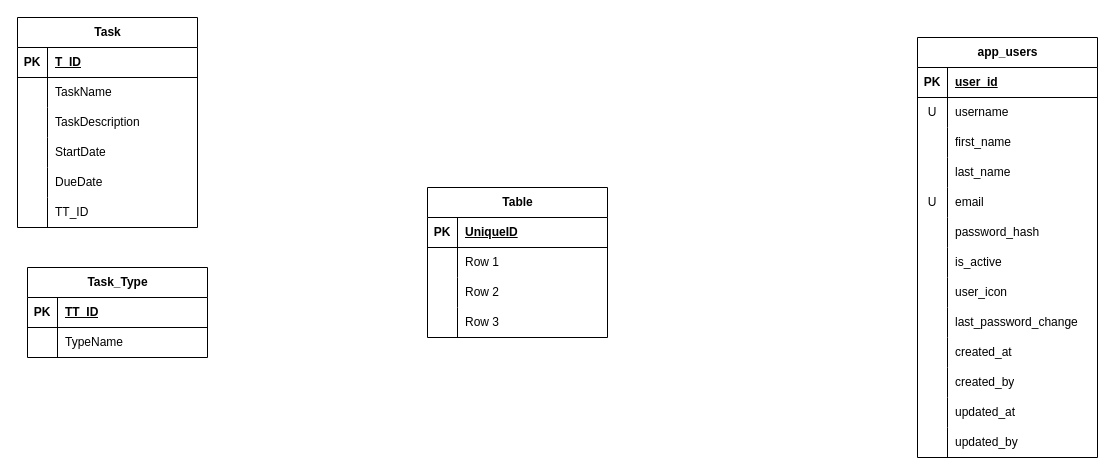
The draw.io diagram DB Diagram OrganizeIT.drawio in TiEmKej/OrganizeIT, before the edit. Source tidied: cells renumbered, new cells numbered last; positions are measured from the earlier drawing's top-left corner, leaving out a move shared by most shapes. Both pictures are drawn from the tidied source at 100%, with x=0, y=0 at pixel (17, 17).
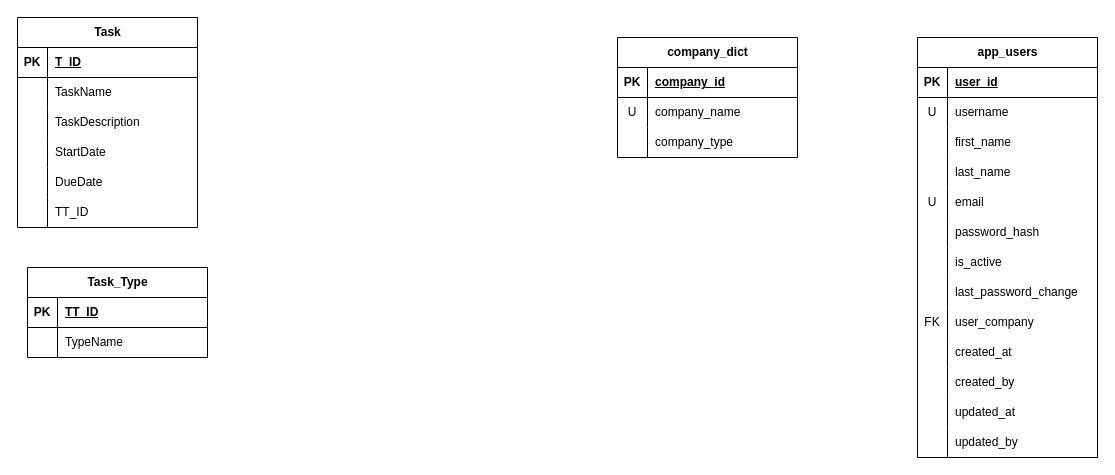
Above is the later version.

Unchanged cells that the change refers to:
```xml
<mxCell id="28" value="app_users" style="shape=table;startSize=30;childLayout=tableLayout;rowLines=0;fontStyle=1;align=center;html=1;" parent="1" vertex="1">
  <mxGeometry x="900" y="20" width="180" height="420" as="geometry" />
</mxCell>
<mxCell id="69" style="shape=tableRow;horizontal=0;startSize=0;swimlaneHead=0;swimlaneBody=0;fillColor=none;top=0;left=0;right=0;bottom=1;" parent="68" vertex="1">
  <mxGeometry y="30" width="180" height="30" as="geometry" />
</mxCell>
<mxCell id="72" style="shape=tableRow;horizontal=0;startSize=0;swimlaneHead=0;swimlaneBody=0;fillColor=none;top=0;left=0;right=0;bottom=0;" parent="68" vertex="1">
  <mxGeometry y="60" width="180" height="30" as="geometry" />
</mxCell>
<mxCell id="75" style="shape=tableRow;horizontal=0;startSize=0;swimlaneHead=0;swimlaneBody=0;fillColor=none;top=0;left=0;right=0;bottom=0;" parent="68" vertex="1">
  <mxGeometry y="90" width="180" height="30" as="geometry" />
</mxCell>
```

Diff of the diagram source:
```diff
@@
-    <mxCell id="50" style="shape=tableRow;horizontal=0;startSize=0;swimlaneHead=0;swimlaneBody=0;fillColor=none;top=0;left=0;right=0;bottom=0;" parent="28" vertex="1">
-      <mxGeometry y="240" width="180" height="30" as="geometry" />
-    </mxCell>
-    <mxCell id="51" style="shape=partialRectangle;fillColor=none;top=0;left=0;bottom=0;right=0;overflow=hidden;whiteSpace=wrap;html=1;" parent="50" vertex="1">
-      <mxGeometry width="30" height="30" as="geometry" />
-    </mxCell>
-    <mxCell id="52" value="user_icon" style="shape=partialRectangle;fillColor=none;top=0;left=0;bottom=0;right=0;align=left;spacingLeft=6;overflow=hidden;whiteSpace=wrap;html=1;" parent="50" vertex="1">
-      <mxGeometry x="30" width="150" height="30" as="geometry" />
-    </mxCell>
     <mxCell id="53" style="shape=tableRow;horizontal=0;startSize=0;swimlaneHead=0;swimlaneBody=0;fillColor=none;top=0;left=0;right=0;bottom=0;" parent="28" vertex="1">
-      <mxGeometry y="270" width="180" height="30" as="geometry" />
+      <mxGeometry y="240" width="180" height="30" as="geometry" />
     </mxCell>
@@
+    <mxCell id="81" style="shape=tableRow;horizontal=0;startSize=0;swimlaneHead=0;swimlaneBody=0;fillColor=none;top=0;left=0;right=0;bottom=0;" parent="28" vertex="1">
+      <mxGeometry y="270" width="180" height="30" as="geometry" />
+    </mxCell>
+    <mxCell id="82" value="FK" style="shape=partialRectangle;fillColor=none;top=0;left=0;bottom=0;right=0;overflow=hidden;whiteSpace=wrap;html=1;" parent="81" vertex="1">
+      <mxGeometry width="30" height="30" as="geometry" />
+    </mxCell>
+    <mxCell id="83" value="user_company" style="shape=partialRectangle;fillColor=none;top=0;left=0;bottom=0;right=0;align=left;spacingLeft=6;overflow=hidden;whiteSpace=wrap;html=1;" parent="81" vertex="1">
+      <mxGeometry x="30" width="150" height="30" as="geometry" />
+    </mxCell>
@@
-    <mxCell id="68" value="Table" style="shape=table;startSize=30;childLayout=tableLayout;rowLines=0;fontStyle=1;align=center;html=1;" parent="1" vertex="1">
-      <mxGeometry x="410" y="170" width="180" height="150" as="geometry" />
+    <mxCell id="68" value="company_dict" style="shape=table;startSize=30;childLayout=tableLayout;rowLines=0;fontStyle=1;align=center;html=1;" parent="1" vertex="1">
+      <mxGeometry x="600" y="20" width="180" height="120" as="geometry" />
     </mxCell>
@@
-    <mxCell id="71" value="UniqueID" style="shape=partialRectangle;fillColor=none;top=0;left=0;bottom=0;right=0;align=left;spacingLeft=6;fontStyle=5;overflow=hidden;whiteSpace=wrap;html=1;" parent="69" vertex="1">
+    <mxCell id="71" value="company_id" style="shape=partialRectangle;fillColor=none;top=0;left=0;bottom=0;right=0;align=left;spacingLeft=6;fontStyle=5;overflow=hidden;whiteSpace=wrap;html=1;" parent="69" vertex="1">
       <mxGeometry x="30" width="150" height="30" as="geometry" />
     </mxCell>
@@
-    <mxCell id="73" style="shape=partialRectangle;fillColor=none;top=0;left=0;bottom=0;right=0;overflow=hidden;whiteSpace=wrap;html=1;" parent="72" vertex="1">
+    <mxCell id="73" value="U" style="shape=partialRectangle;fillColor=none;top=0;left=0;bottom=0;right=0;overflow=hidden;whiteSpace=wrap;html=1;" parent="72" vertex="1">
       <mxGeometry width="30" height="30" as="geometry" />
     </mxCell>
-    <mxCell id="74" value="Row 1" style="shape=partialRectangle;fillColor=none;top=0;left=0;bottom=0;right=0;align=left;spacingLeft=6;overflow=hidden;whiteSpace=wrap;html=1;" parent="72" vertex="1">
+    <mxCell id="74" value="company_name" style="shape=partialRectangle;fillColor=none;top=0;left=0;bottom=0;right=0;align=left;spacingLeft=6;overflow=hidden;whiteSpace=wrap;html=1;" parent="72" vertex="1">
       <mxGeometry x="30" width="150" height="30" as="geometry" />
     </mxCell>
@@
-    <mxCell id="77" value="Row 2" style="shape=partialRectangle;fillColor=none;top=0;left=0;bottom=0;right=0;align=left;spacingLeft=6;overflow=hidden;whiteSpace=wrap;html=1;" parent="75" vertex="1">
+    <mxCell id="77" value="company_type" style="shape=partialRectangle;fillColor=none;top=0;left=0;bottom=0;right=0;align=left;spacingLeft=6;overflow=hidden;whiteSpace=wrap;html=1;" parent="75" vertex="1">
       <mxGeometry x="30" width="150" height="30" as="geometry" />
     </mxCell>
-    <mxCell id="78" style="shape=tableRow;horizontal=0;startSize=0;swimlaneHead=0;swimlaneBody=0;fillColor=none;top=0;left=0;right=0;bottom=0;" parent="68" vertex="1">
-      <mxGeometry y="120" width="180" height="30" as="geometry" />
-    </mxCell>
-    <mxCell id="79" style="shape=partialRectangle;fillColor=none;top=0;left=0;bottom=0;right=0;overflow=hidden;whiteSpace=wrap;html=1;" parent="78" vertex="1">
-      <mxGeometry width="30" height="30" as="geometry" />
-    </mxCell>
-    <mxCell id="80" value="Row 3" style="shape=partialRectangle;fillColor=none;top=0;left=0;bottom=0;right=0;align=left;spacingLeft=6;overflow=hidden;whiteSpace=wrap;html=1;" parent="78" vertex="1">
-      <mxGeometry x="30" width="150" height="30" as="geometry" />
-    </mxCell>
```
